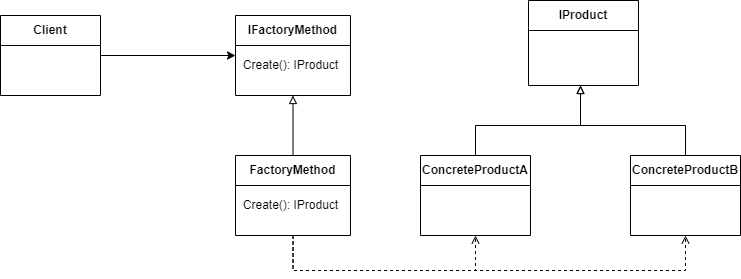
Before: images/FactoryMethod.png, a diagram exported from draw.io (hoanganh1029/AVH.DesignPattern). Source tidied: cells renumbered, new cells last; positions are measured from the earlier drawing's top-left corner, leaving out a move shared by most shapes.
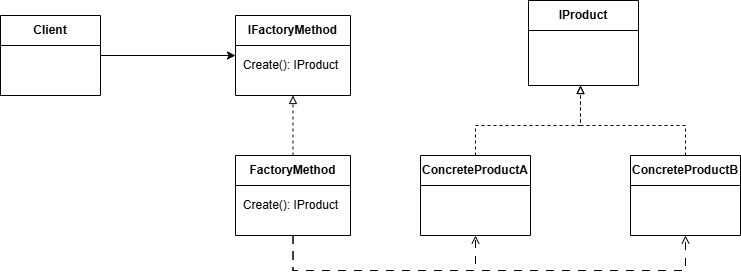
The same file after the commit.

Change to the diagram source:
```diff
@@ -14,10 +14,10 @@
     <mxCell id="5" value="Create(): IProduct" style="text;html=1;align=center;verticalAlign=middle;strokeColor=none;fillColor=none;" parent="4" vertex="1">
       <mxGeometry x="-5" y="35" width="120" height="30" as="geometry" />
     </mxCell>
-    <mxCell id="6" style="edgeStyle=orthogonalEdgeStyle;rounded=0;jettySize=auto;html=1;entryX=0.5;entryY=1;entryDx=0;entryDy=0;endArrow=block;endFill=0;" parent="1" edge="1" source="9" target="4">
+    <mxCell id="6" style="edgeStyle=orthogonalEdgeStyle;rounded=0;jettySize=auto;html=1;entryX=0.5;entryY=1;entryDx=0;entryDy=0;endArrow=block;endFill=0;dashed=1;" parent="1" edge="1" source="9" target="4">
       <mxGeometry relative="1" as="geometry" />
     </mxCell>
-    <mxCell id="7" style="edgeStyle=orthogonalEdgeStyle;rounded=0;jettySize=auto;html=1;dashed=1;entryX=0.5;entryY=1;entryDx=0;entryDy=0;endArrow=open;endFill=0;" parent="1" edge="1" source="9" target="15">
+    <mxCell id="7" style="edgeStyle=orthogonalEdgeStyle;rounded=0;jettySize=auto;html=1;dashed=1;entryX=0.5;entryY=1;entryDx=0;entryDy=0;endArrow=open;endFill=0;dashPattern=8 8;" parent="1" edge="1" source="9" target="15">
       <mxGeometry relative="1" as="geometry">
         <Array as="points">
           <mxPoint x="293" y="270" />
@@ -25,7 +25,7 @@
         </Array>
       </mxGeometry>
     </mxCell>
-    <mxCell id="8" style="edgeStyle=orthogonalEdgeStyle;rounded=0;jettySize=auto;html=1;entryX=0.5;entryY=1;entryDx=0;entryDy=0;dashed=1;endArrow=open;endFill=0;exitX=0.5;exitY=1;exitDx=0;exitDy=0;" parent="1" edge="1" source="9" target="14">
+    <mxCell id="8" style="edgeStyle=orthogonalEdgeStyle;rounded=0;jettySize=auto;html=1;entryX=0.5;entryY=1;entryDx=0;entryDy=0;dashed=1;endArrow=open;endFill=0;exitX=0.5;exitY=1;exitDx=0;exitDy=0;dashPattern=8 8;" parent="1" edge="1" source="9" target="14">
       <mxGeometry relative="1" as="geometry">
         <Array as="points">
           <mxPoint x="293" y="270" />
@@ -42,7 +42,7 @@
     <mxCell id="11" value="IProduct" style="swimlane;whiteSpace=wrap;html=1;startSize=30;" parent="1" vertex="1">
       <mxGeometry x="528" width="110" height="85" as="geometry" />
     </mxCell>
-    <mxCell id="12" style="edgeStyle=orthogonalEdgeStyle;rounded=0;jettySize=auto;html=1;endArrow=block;endFill=0;" parent="1" edge="1" source="14">
+    <mxCell id="12" style="edgeStyle=orthogonalEdgeStyle;rounded=0;jettySize=auto;html=1;endArrow=block;endFill=0;dashed=1;" parent="1" edge="1" source="14">
       <mxGeometry relative="1" as="geometry">
         <mxPoint x="580" y="85" as="targetPoint" />
         <Array as="points">
@@ -51,7 +51,7 @@
         </Array>
       </mxGeometry>
     </mxCell>
-    <mxCell id="13" style="edgeStyle=orthogonalEdgeStyle;rounded=0;jettySize=auto;html=1;endArrow=block;endFill=0;exitX=0.5;exitY=0;exitDx=0;exitDy=0;" parent="1" edge="1" source="15">
+    <mxCell id="13" style="edgeStyle=orthogonalEdgeStyle;rounded=0;jettySize=auto;html=1;endArrow=block;endFill=0;exitX=0.5;exitY=0;exitDx=0;exitDy=0;dashed=1;" parent="1" edge="1" source="15">
       <mxGeometry relative="1" as="geometry">
         <mxPoint x="580" y="85" as="targetPoint" />
         <Array as="points">
```
